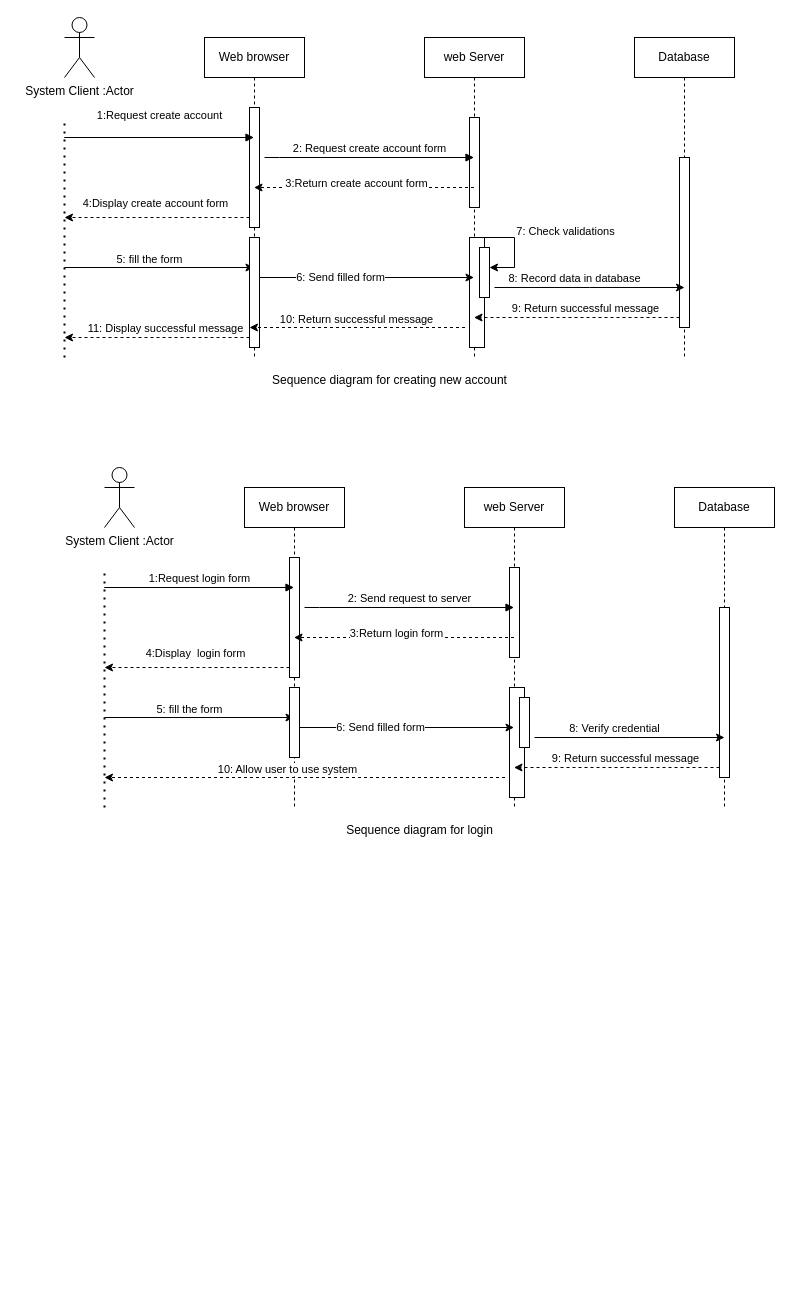
Above: src/main/resources/gold_mining_sequence_diagram.drawio in IgiranezaMichel/gold-mining-app-backend (draw.io), before the change. Source tidied: cells renumbered, new cells numbered last; positions are measured from the earlier drawing's top-left corner, leaving out a move shared by most shapes. Both pictures are drawn from the tidied source at 100%, with x=0, y=0 at pixel (-201, 17).
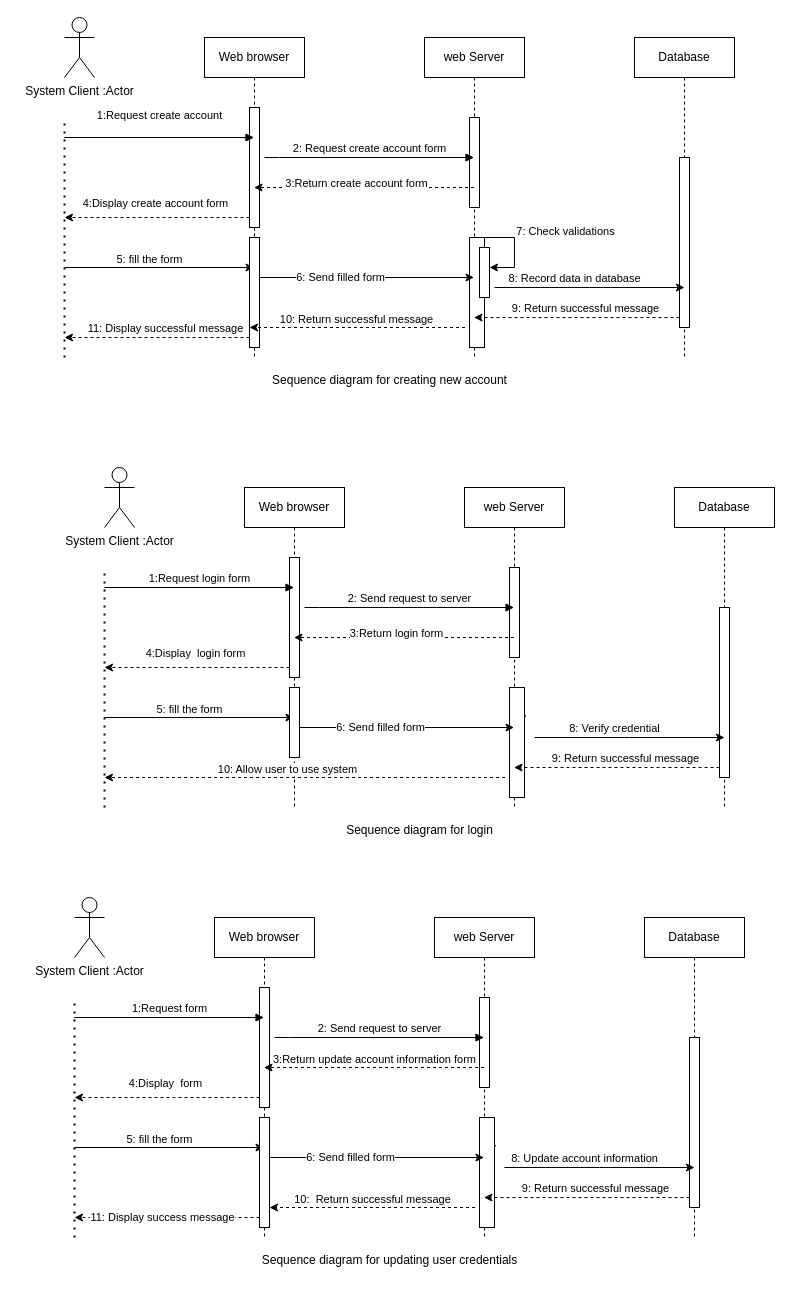
After the change.

Commit message:
add sequence diagram of updating new user

Unchanged cells that the change refers to:
```xml
<mxCell id="40" value="web Server" style="shape=umlLifeline;perimeter=lifelinePerimeter;whiteSpace=wrap;html=1;outlineConnect=0;portConstraint=eastwest;newEdgeStyle={&quot;edgeStyle&quot;:&quot;elbowEdgeStyle&quot;,&quot;elbow&quot;:&quot;vertical&quot;,&quot;curved&quot;:0,&quot;rounded&quot;:0};" parent="1" vertex="1">
  <mxGeometry x="665" y="470" width="100" height="320" as="geometry" />
</mxCell>
<mxCell id="44" style="html=1;points=[];perimeter=orthogonalPerimeter;outlineConnect=0;targetShapes=umlLifeline;portConstraint=eastwest;newEdgeStyle={&quot;edgeStyle&quot;:&quot;elbowEdgeStyle&quot;,&quot;elbow&quot;:&quot;vertical&quot;,&quot;curved&quot;:0,&quot;rounded&quot;:0};" parent="40" vertex="1">
  <mxGeometry x="45" y="200" width="15" height="110" as="geometry" />
</mxCell>
```

Diff of the diagram source:
```diff
@@
-    <mxCell id="42" style="edgeStyle=elbowEdgeStyle;rounded=0;jettySize=auto;html=1;elbow=vertical;curved=0;" parent="40" edge="1" source="44" target="45">
-      <mxGeometry relative="1" as="geometry" />
+    <mxCell id="42" style="edgeStyle=elbowEdgeStyle;rounded=0;jettySize=auto;html=1;elbow=vertical;curved=0;" parent="40" edge="1" source="44">
+      <mxGeometry relative="1" as="geometry">
+        <mxPoint x="57.5" y="236.1" as="targetPoint" />
+      </mxGeometry>
     </mxCell>
@@
-    <mxCell id="45" style="html=1;points=[];perimeter=orthogonalPerimeter;outlineConnect=0;targetShapes=umlLifeline;portConstraint=eastwest;newEdgeStyle={&quot;edgeStyle&quot;:&quot;elbowEdgeStyle&quot;,&quot;elbow&quot;:&quot;vertical&quot;,&quot;curved&quot;:0,&quot;rounded&quot;:0};" parent="40" vertex="1">
-      <mxGeometry x="55" y="210" width="10" height="50" as="geometry" />
-    </mxCell>
@@
+    <mxCell id="66" value="Web browser" style="shape=umlLifeline;perimeter=lifelinePerimeter;whiteSpace=wrap;html=1;outlineConnect=0;portConstraint=eastwest;newEdgeStyle={&quot;edgeStyle&quot;:&quot;elbowEdgeStyle&quot;,&quot;elbow&quot;:&quot;vertical&quot;,&quot;curved&quot;:0,&quot;rounded&quot;:0};" parent="1" vertex="1">
+      <mxGeometry x="415" y="900" width="100" height="320" as="geometry" />
+    </mxCell>
+    <mxCell id="67" style="edgeStyle=elbowEdgeStyle;rounded=0;jettySize=auto;html=1;elbow=vertical;curved=0;dashed=1;" parent="66" edge="1" source="69">
+      <mxGeometry relative="1" as="geometry">
+        <mxPoint x="-140" y="180" as="targetPoint" />
+        <Array as="points">
+          <mxPoint x="-40" y="180" />
+        </Array>
+      </mxGeometry>
+    </mxCell>
+    <mxCell id="68" value="4:Display&amp;nbsp; form" style="edgeLabel;html=1;align=center;verticalAlign=middle;" parent="67" vertex="1">
+      <mxGeometry x="0.16" y="-7" relative="1" as="geometry">
+        <mxPoint x="12" y="-8" as="offset" />
+      </mxGeometry>
+    </mxCell>
+    <mxCell id="69" style="html=1;points=[];perimeter=orthogonalPerimeter;outlineConnect=0;targetShapes=umlLifeline;portConstraint=eastwest;newEdgeStyle={&quot;edgeStyle&quot;:&quot;elbowEdgeStyle&quot;,&quot;elbow&quot;:&quot;vertical&quot;,&quot;curved&quot;:0,&quot;rounded&quot;:0};" parent="66" vertex="1">
+      <mxGeometry x="45" y="70" width="10" height="120" as="geometry" />
+    </mxCell>
+    <mxCell id="70" value="web Server" style="shape=umlLifeline;perimeter=lifelinePerimeter;whiteSpace=wrap;html=1;outlineConnect=0;portConstraint=eastwest;newEdgeStyle={&quot;edgeStyle&quot;:&quot;elbowEdgeStyle&quot;,&quot;elbow&quot;:&quot;vertical&quot;,&quot;curved&quot;:0,&quot;rounded&quot;:0};" parent="1" vertex="1">
+      <mxGeometry x="635" y="900" width="100" height="320" as="geometry" />
+    </mxCell>
+    <mxCell id="71" style="html=1;perimeter=orthogonalPerimeter;targetShapes=umlLifeline;newEdgeStyle={&quot;edgeStyle&quot;:&quot;elbowEdgeStyle&quot;,&quot;elbow&quot;:&quot;vertical&quot;,&quot;curved&quot;:0,&quot;rounded&quot;:0};" parent="70" vertex="1">
+      <mxGeometry x="45" y="80" width="10" height="90" as="geometry" />
+    </mxCell>
+    <mxCell id="72" style="edgeStyle=elbowEdgeStyle;rounded=0;jettySize=auto;html=1;elbow=vertical;curved=0;" parent="70" edge="1" source="74">
+      <mxGeometry relative="1" as="geometry">
+        <mxPoint x="57.5" y="236.1" as="targetPoint" />
+      </mxGeometry>
+    </mxCell>
+    <mxCell id="73" style="edgeStyle=elbowEdgeStyle;rounded=0;jettySize=auto;html=1;elbow=vertical;curved=0;" parent="70" edge="1" source="74" target="70">
+      <mxGeometry relative="1" as="geometry" />
+    </mxCell>
+    <mxCell id="74" style="html=1;points=[];perimeter=orthogonalPerimeter;outlineConnect=0;targetShapes=umlLifeline;portConstraint=eastwest;newEdgeStyle={&quot;edgeStyle&quot;:&quot;elbowEdgeStyle&quot;,&quot;elbow&quot;:&quot;vertical&quot;,&quot;curved&quot;:0,&quot;rounded&quot;:0};" parent="70" vertex="1">
+      <mxGeometry x="45" y="200" width="15" height="110" as="geometry" />
+    </mxCell>
+    <mxCell id="75" value="2: Send request to server" style="html=1;verticalAlign=bottom;endArrow=block;edgeStyle=elbowEdgeStyle;elbow=vertical;curved=0;rounded=0;" parent="1" edge="1" target="70">
+      <mxGeometry relative="1" as="geometry">
+        <mxPoint x="475" y="1020" as="sourcePoint" />
+        <Array as="points">
+          <mxPoint x="490" y="1020" />
+        </Array>
+      </mxGeometry>
+    </mxCell>
+    <mxCell id="76" value="&lt;blockquote style=&quot;margin: 0 0 0 40px; border: none; padding: 0px;&quot;&gt;&lt;blockquote style=&quot;margin: 0 0 0 40px; border: none; padding: 0px;&quot;&gt;&lt;div style=&quot;&quot;&gt;1:Request form&lt;/div&gt;&lt;/blockquote&gt;&lt;/blockquote&gt;" style="html=1;verticalAlign=bottom;endArrow=block;edgeStyle=elbowEdgeStyle;elbow=vertical;curved=0;rounded=0;align=center;" parent="1" edge="1">
+      <mxGeometry relative="1" as="geometry">
+        <mxPoint x="355" y="1000" as="sourcePoint" />
+        <mxPoint x="464.5" y="1000" as="targetPoint" />
+        <Array as="points">
+          <mxPoint x="275" y="1000" />
+          <mxPoint x="10" y="1040" />
+        </Array>
+      </mxGeometry>
+    </mxCell>
+    <mxCell id="77" value="Database" style="shape=umlLifeline;perimeter=lifelinePerimeter;whiteSpace=wrap;html=1;newEdgeStyle={&quot;edgeStyle&quot;:&quot;elbowEdgeStyle&quot;,&quot;elbow&quot;:&quot;vertical&quot;,&quot;curved&quot;:0,&quot;rounded&quot;:0};" parent="1" vertex="1">
+      <mxGeometry x="845" y="900" width="100" height="320" as="geometry" />
+    </mxCell>
+    <mxCell id="78" style="html=1;points=[];perimeter=orthogonalPerimeter;outlineConnect=0;targetShapes=umlLifeline;portConstraint=eastwest;newEdgeStyle={&quot;edgeStyle&quot;:&quot;elbowEdgeStyle&quot;,&quot;elbow&quot;:&quot;vertical&quot;,&quot;curved&quot;:0,&quot;rounded&quot;:0};" parent="77" vertex="1">
+      <mxGeometry x="45" y="120" width="10" height="170" as="geometry" />
+    </mxCell>
+    <mxCell id="79" value="System Client :Actor" style="shape=umlActor;verticalLabelPosition=bottom;verticalAlign=top;html=1;" parent="1" vertex="1">
+      <mxGeometry x="275" y="880" width="30" height="60" as="geometry" />
+    </mxCell>
+    <mxCell id="80" style="endArrow=none;dashed=1;html=1;dashPattern=1 3;strokeWidth=2;rounded=0;" parent="1" edge="1">
+      <mxGeometry relative="1" as="geometry">
+        <mxPoint x="275" y="1220" as="sourcePoint" />
+        <mxPoint x="275" y="980" as="targetPoint" />
+      </mxGeometry>
+    </mxCell>
+    <mxCell id="81" style="edgeStyle=elbowEdgeStyle;rounded=0;jettySize=auto;html=1;elbow=vertical;curved=0;dashed=1;" parent="1" edge="1" source="70">
+      <mxGeometry relative="1" as="geometry">
+        <mxPoint x="464.5" y="1049.5" as="targetPoint" />
+      </mxGeometry>
+    </mxCell>
+    <mxCell id="82" value="3:Return update account information form" style="edgeLabel;html=1;align=center;verticalAlign=middle;" parent="81" vertex="1">
+      <mxGeometry x="0.07" relative="1" as="geometry">
+        <mxPoint x="8" y="-9" as="offset" />
+      </mxGeometry>
+    </mxCell>
+    <mxCell id="83" style="endArrow=classic;html=1;rounded=0;" parent="1" edge="1" target="66">
+      <mxGeometry relative="1" as="geometry">
+        <mxPoint x="275" y="1130" as="sourcePoint" />
+      </mxGeometry>
+    </mxCell>
+    <mxCell id="84" value="5: fill the form" style="edgeLabel;html=1;align=center;verticalAlign=middle;" parent="83" vertex="1">
+      <mxGeometry x="-0.11" y="9" relative="1" as="geometry" />
+    </mxCell>
+    <mxCell id="85" style="edgeStyle=elbowEdgeStyle;rounded=0;jettySize=auto;html=1;elbow=vertical;curved=0;" parent="1" edge="1" source="89" target="70">
+      <mxGeometry relative="1" as="geometry">
+        <Array as="points">
+          <mxPoint x="575" y="1140" />
+        </Array>
+      </mxGeometry>
+    </mxCell>
+    <mxCell id="86" value="6: Send filled form" style="edgeLabel;html=1;align=center;verticalAlign=middle;" parent="85" vertex="1">
+      <mxGeometry x="-0.25" y="1" relative="1" as="geometry" />
+    </mxCell>
+    <mxCell id="87" style="edgeStyle=elbowEdgeStyle;rounded=0;jettySize=auto;html=1;elbow=vertical;curved=0;dashed=1;" parent="1" edge="1" source="89">
+      <mxGeometry relative="1" as="geometry">
+        <mxPoint x="275" y="1200" as="targetPoint" />
+      </mxGeometry>
+    </mxCell>
+    <mxCell id="88" value="11: Display success message" style="edgeLabel;html=1;align=center;verticalAlign=middle;" parent="87" vertex="1">
+      <mxGeometry x="0.06" y="-1" relative="1" as="geometry" />
+    </mxCell>
+    <mxCell id="89" style="html=1;points=[];perimeter=orthogonalPerimeter;outlineConnect=0;targetShapes=umlLifeline;portConstraint=eastwest;newEdgeStyle={&quot;edgeStyle&quot;:&quot;elbowEdgeStyle&quot;,&quot;elbow&quot;:&quot;vertical&quot;,&quot;curved&quot;:0,&quot;rounded&quot;:0};" parent="1" vertex="1">
+      <mxGeometry x="460" y="1100" width="10" height="110" as="geometry" />
+    </mxCell>
+    <mxCell id="90" style="edgeStyle=elbowEdgeStyle;rounded=0;orthogonalLoop=1;jettySize=auto;html=1;elbow=vertical;curved=0;" parent="1" edge="1">
+      <mxGeometry relative="1" as="geometry">
+        <mxPoint x="705" y="1150" as="sourcePoint" />
+        <mxPoint x="895" y="1150" as="targetPoint" />
+      </mxGeometry>
+    </mxCell>
+    <mxCell id="91" value="8: Update account information" style="edgeLabel;html=1;align=center;verticalAlign=middle;" parent="90" vertex="1">
+      <mxGeometry x="-0.06" y="-2" relative="1" as="geometry">
+        <mxPoint x="-10" y="-12" as="offset" />
+      </mxGeometry>
+    </mxCell>
+    <mxCell id="92" style="edgeStyle=elbowEdgeStyle;rounded=0;jettySize=auto;html=1;elbow=vertical;curved=0;dashed=1;" parent="1" edge="1" source="78" target="70">
+      <mxGeometry relative="1" as="geometry">
+        <Array as="points">
+          <mxPoint x="815" y="1180" />
+        </Array>
+      </mxGeometry>
+    </mxCell>
+    <mxCell id="93" value="9: Return successful message" style="edgeLabel;html=1;align=center;verticalAlign=middle;" parent="92" vertex="1">
+      <mxGeometry x="0.1" relative="1" as="geometry">
+        <mxPoint x="18" y="-10" as="offset" />
+      </mxGeometry>
+    </mxCell>
+    <mxCell id="94" style="edgeStyle=elbowEdgeStyle;rounded=0;jettySize=auto;html=1;elbow=vertical;curved=0;dashed=1;" parent="1" edge="1" target="89">
+      <mxGeometry relative="1" as="geometry">
+        <mxPoint x="675.5" y="1190" as="sourcePoint" />
+      </mxGeometry>
+    </mxCell>
+    <mxCell id="95" value="10:&amp;nbsp; Return successful message" style="edgeLabel;html=1;align=center;verticalAlign=middle;" parent="94" vertex="1">
+      <mxGeometry x="0.18" y="-6" relative="1" as="geometry">
+        <mxPoint x="18" y="-3" as="offset" />
+      </mxGeometry>
+    </mxCell>
+    <mxCell id="96" value="Sequence diagram for updating user credentials" style="text;html=1;align=center;verticalAlign=middle;strokeColor=none;fillColor=none;" parent="1" vertex="1">
+      <mxGeometry x="450" y="1228" width="280" height="30" as="geometry" />
+    </mxCell>
```
